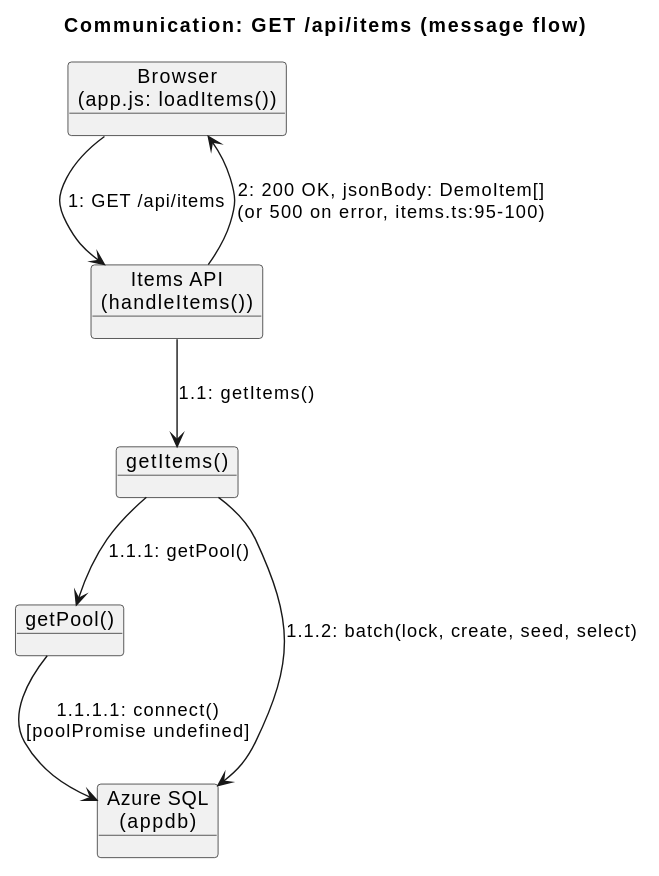
This is uml/interaction/12-communication.svg from wolffy-au/frictionless-sample-azure, a PlantUML export, as it was before one commit.
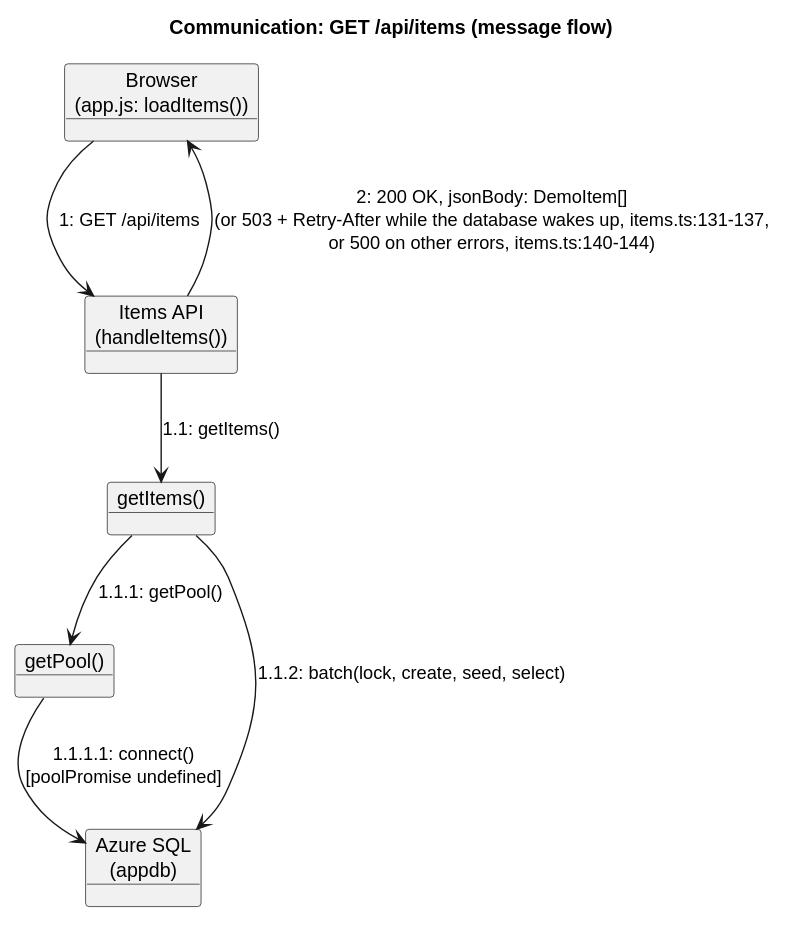
The same diagram one commit later.

Commit message:
docs: describe the auto-pause resume and 503 retry path

Diff of the diagram source:
```diff
@@ -12,5 +12,5 @@
 GetItems --> GetPool : 1.1.1: getPool()
 GetPool --> Sql : 1.1.1.1: connect()\n[poolPromise undefined]
 GetItems --> Sql : 1.1.2: batch(lock, create, seed, select)
-ItemsAPI --> Browser : 2: 200 OK, jsonBody: DemoItem[]\n(or 500 on error, items.ts:95-100)
+ItemsAPI --> Browser : 2: 200 OK, jsonBody: DemoItem[]\n(or 503 + Retry-After while the database wakes up, items.ts:131-137,\nor 500 on other errors, items.ts:140-144)
 @enduml
```
